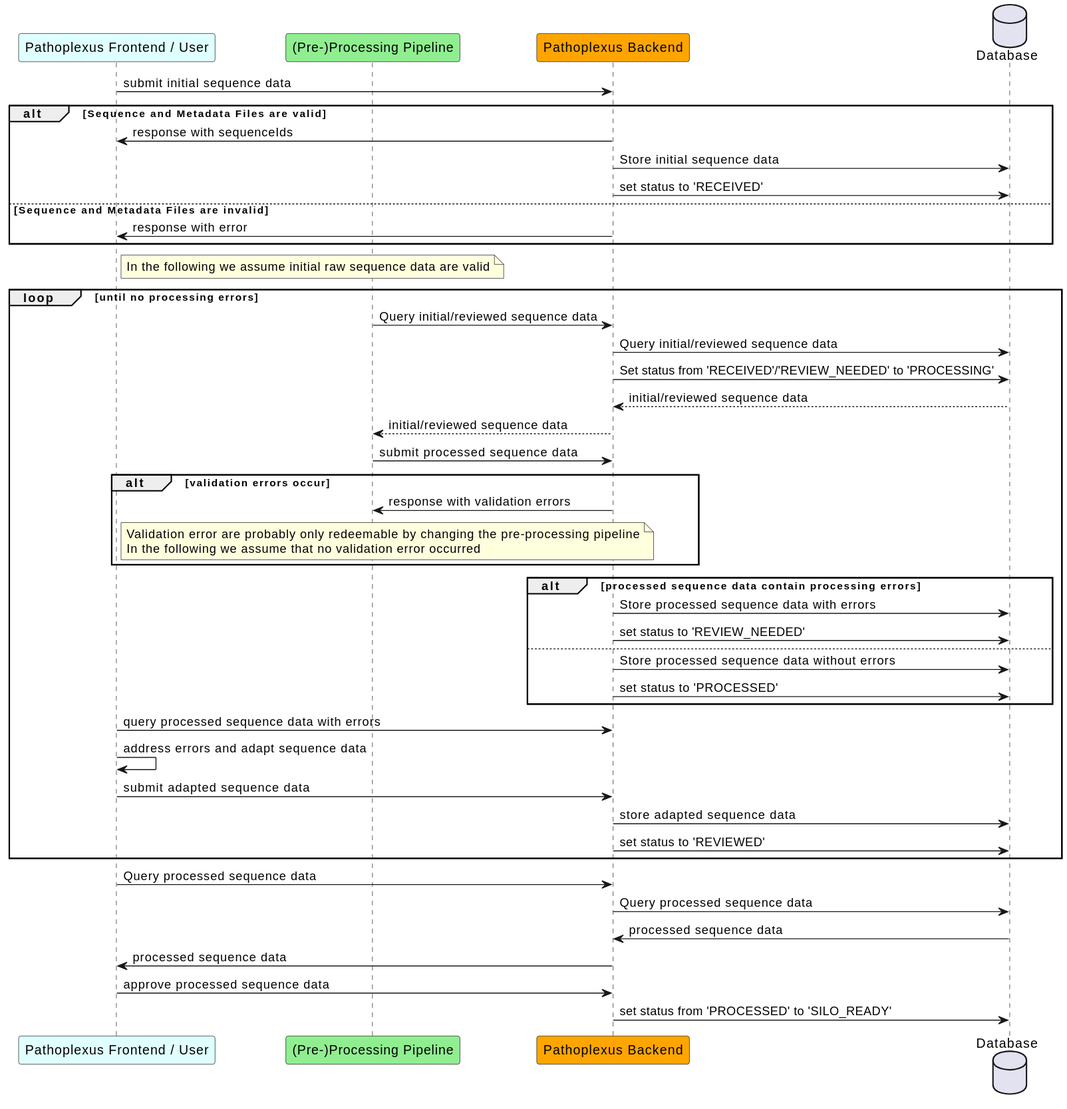
Before: backend/docs/plantuml/sequenceInitialSubmission.svg, a diagram exported from PlantUML (loculus-project/loculus).
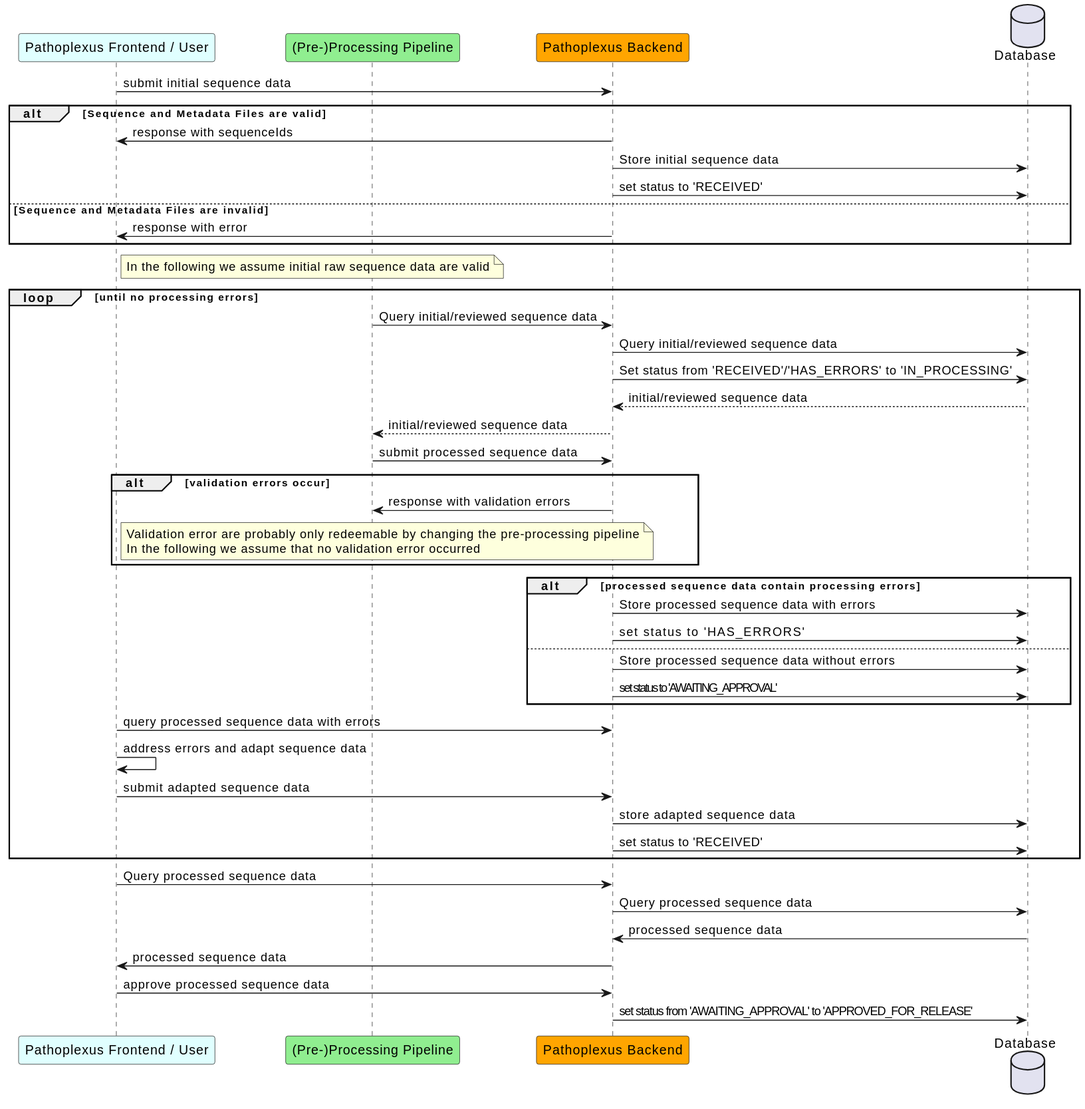
The same diagram one commit later.

Diff of the diagram source:
```diff
@@ -21,7 +21,7 @@
 
         processing -> backend: Query initial/reviewed sequence data
         backend -> DB: Query initial/reviewed sequence data
-        backend -> DB: Set status from 'RECEIVED'/'REVIEW_NEEDED' to 'PROCESSING'
+        backend -> DB: Set status from 'RECEIVED'/'REVIEW_NEEDED' to 'IN_PROCESSING'
         DB --> backend: initial/reviewed sequence data
         backend --> processing: initial/reviewed sequence data
 
@@ -46,7 +46,7 @@
 
         frontend -> backend: submit adapted sequence data
         backend -> DB: store adapted sequence data
-        backend -> DB: set status to 'REVIEWED'
+        backend -> DB: set status to 'RECEIVED'
     end loop
 
 
@@ -56,5 +56,5 @@
     backend -> frontend: processed sequence data
 
     frontend -> backend: approve processed sequence data
-    backend -> DB: set status from 'PROCESSED' to 'SILO_READY'
+    backend -> DB: set status from 'PROCESSED' to 'APPROVED_FOR_RELEASE'
 @enduml
```
